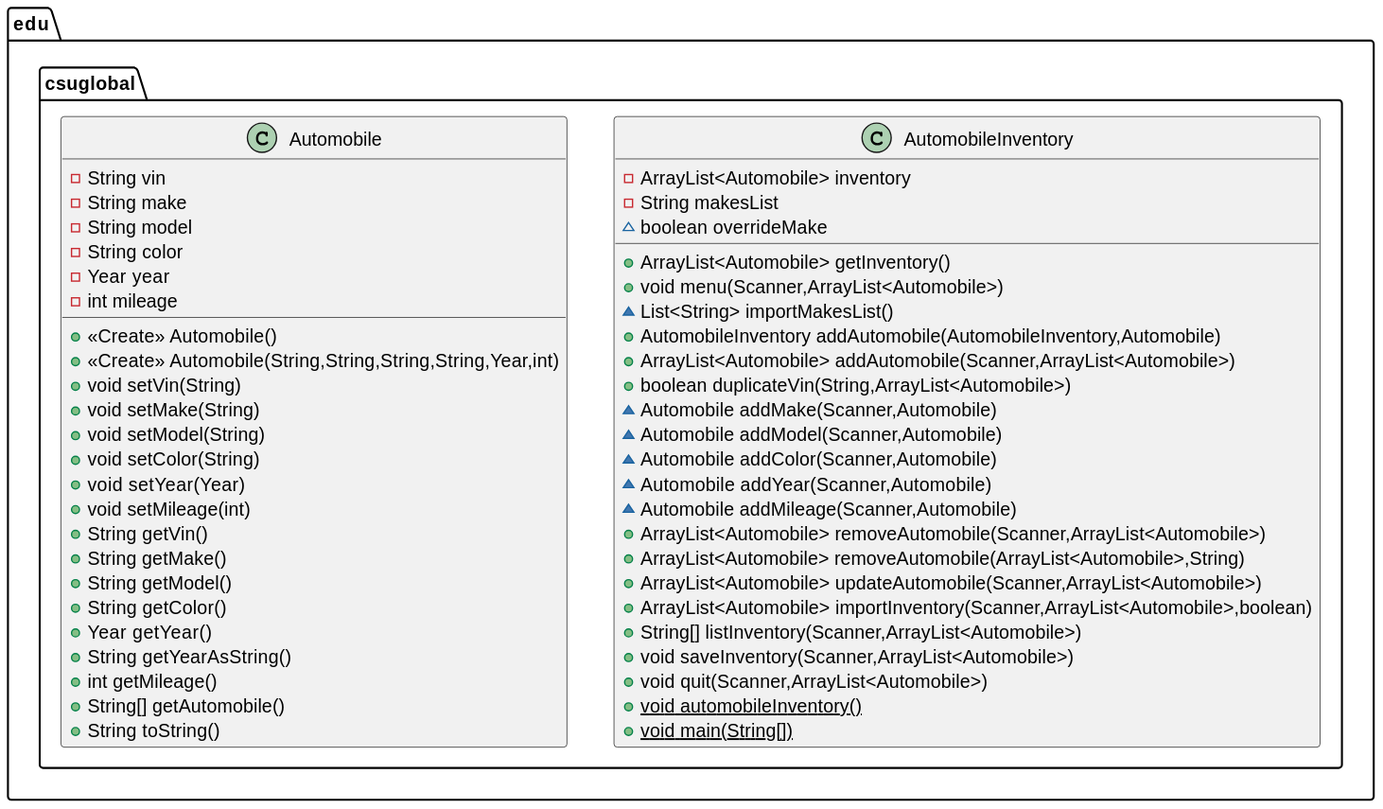
The PlantUML diagram img/program.svg in speters33w/CSUGlobal_CSC320_PortfolioProject_VehicleInventory, before a commit. Its diagram source:
```plantuml
@startuml
class edu.csuglobal.AutomobileInventory {
- ArrayList<Automobile> inventory
- String makesList
~ boolean overrideMake
+ ArrayList<Automobile> getInventory()
+ void menu(Scanner,ArrayList<Automobile>)
~ List<String> importMakesList()
+ AutomobileInventory addAutomobile(AutomobileInventory,Automobile)
+ ArrayList<Automobile> addAutomobile(Scanner,ArrayList<Automobile>)
+ boolean duplicateVin(String,ArrayList<Automobile>)
~ Automobile addMake(Scanner,Automobile)
~ Automobile addModel(Scanner,Automobile)
~ Automobile addColor(Scanner,Automobile)
~ Automobile addYear(Scanner,Automobile)
~ Automobile addMileage(Scanner,Automobile)
+ ArrayList<Automobile> removeAutomobile(Scanner,ArrayList<Automobile>)
+ ArrayList<Automobile> removeAutomobile(ArrayList<Automobile>,String)
+ ArrayList<Automobile> updateAutomobile(Scanner,ArrayList<Automobile>)
+ ArrayList<Automobile> importInventory(Scanner,ArrayList<Automobile>,boolean)
+ String[] listInventory(Scanner,ArrayList<Automobile>)
+ void saveInventory(Scanner,ArrayList<Automobile>)
+ void quit(Scanner,ArrayList<Automobile>)
+ {static} void automobileInventory()
+ {static} void main(String[])
}
class edu.csuglobal.Automobile {
- String vin
- String make
- String model
- String color
- Year year
- int mileage
+ <<Create>> Automobile()
+ <<Create>> Automobile(String,String,String,String,Year,int)
+ void setVin(String)
+ void setMake(String)
+ void setModel(String)
+ void setColor(String)
+ void setYear(Year)
+ void setMileage(int)
+ String getVin()
+ String getMake()
+ String getModel()
+ String getColor()
+ Year getYear()
+ String getYearAsString()
+ int getMileage()
+ String[] getAutomobile()
+ String toString()
}
@enduml
```
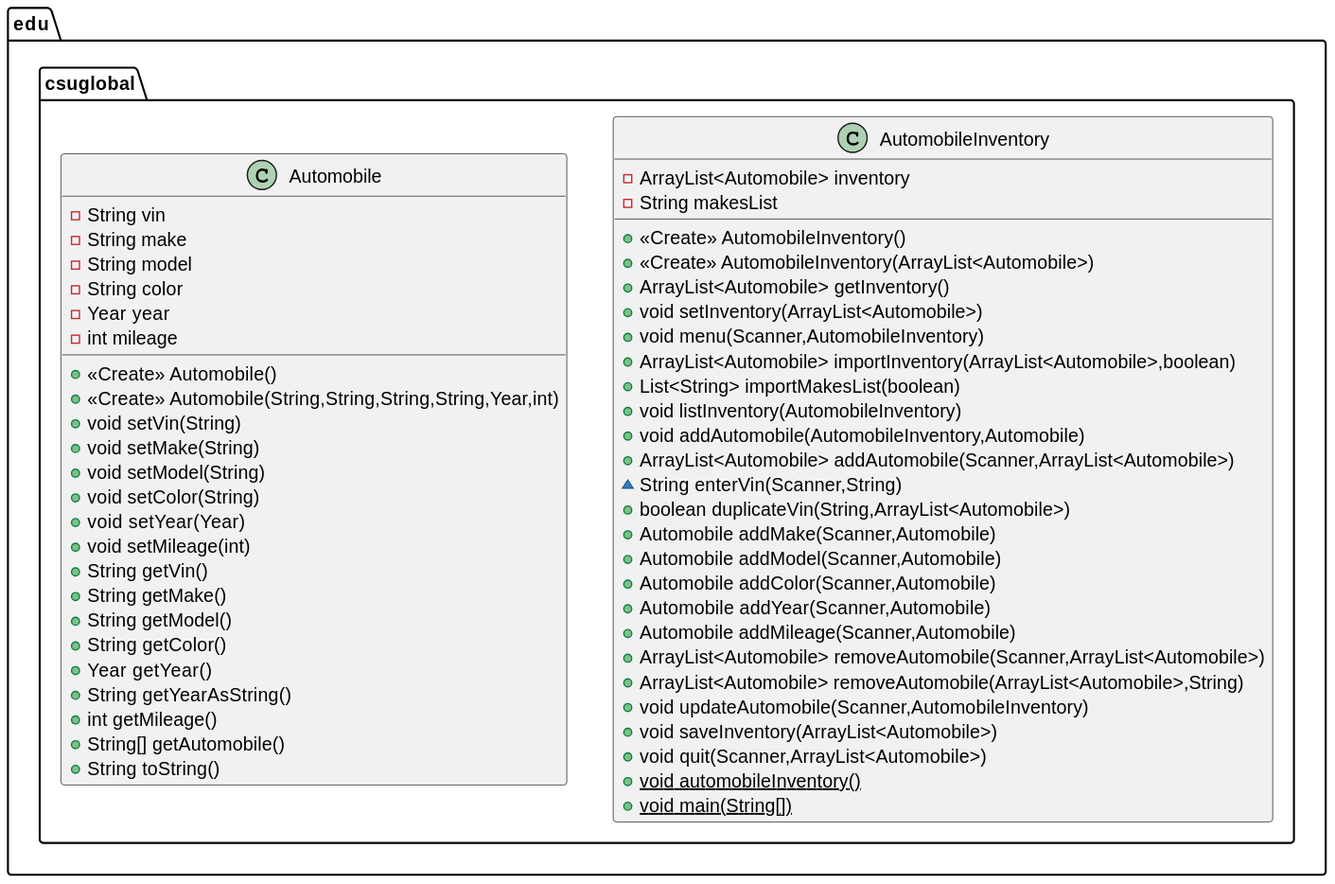
After the commit.

The edit, as a diff of the source:
```diff
@@ -2,24 +2,27 @@
 class edu.csuglobal.AutomobileInventory {
 - ArrayList<Automobile> inventory
 - String makesList
-~ boolean overrideMake
++ <<Create>> AutomobileInventory()
++ <<Create>> AutomobileInventory(ArrayList<Automobile>)
 + ArrayList<Automobile> getInventory()
-+ void menu(Scanner,ArrayList<Automobile>)
-~ List<String> importMakesList()
-+ AutomobileInventory addAutomobile(AutomobileInventory,Automobile)
++ void setInventory(ArrayList<Automobile>)
++ void menu(Scanner,AutomobileInventory)
++ ArrayList<Automobile> importInventory(ArrayList<Automobile>,boolean)
++ List<String> importMakesList(boolean)
++ void listInventory(AutomobileInventory)
++ void addAutomobile(AutomobileInventory,Automobile)
 + ArrayList<Automobile> addAutomobile(Scanner,ArrayList<Automobile>)
+~ String enterVin(Scanner,String)
 + boolean duplicateVin(String,ArrayList<Automobile>)
-~ Automobile addMake(Scanner,Automobile)
-~ Automobile addModel(Scanner,Automobile)
-~ Automobile addColor(Scanner,Automobile)
-~ Automobile addYear(Scanner,Automobile)
-~ Automobile addMileage(Scanner,Automobile)
++ Automobile addMake(Scanner,Automobile)
++ Automobile addModel(Scanner,Automobile)
++ Automobile addColor(Scanner,Automobile)
++ Automobile addYear(Scanner,Automobile)
++ Automobile addMileage(Scanner,Automobile)
 + ArrayList<Automobile> removeAutomobile(Scanner,ArrayList<Automobile>)
 + ArrayList<Automobile> removeAutomobile(ArrayList<Automobile>,String)
-+ ArrayList<Automobile> updateAutomobile(Scanner,ArrayList<Automobile>)
-+ ArrayList<Automobile> importInventory(Scanner,ArrayList<Automobile>,boolean)
-+ String[] listInventory(Scanner,ArrayList<Automobile>)
-+ void saveInventory(Scanner,ArrayList<Automobile>)
++ void updateAutomobile(Scanner,AutomobileInventory)
++ void saveInventory(ArrayList<Automobile>)
 + void quit(Scanner,ArrayList<Automobile>)
 + {static} void automobileInventory()
 + {static} void main(String[])
```
